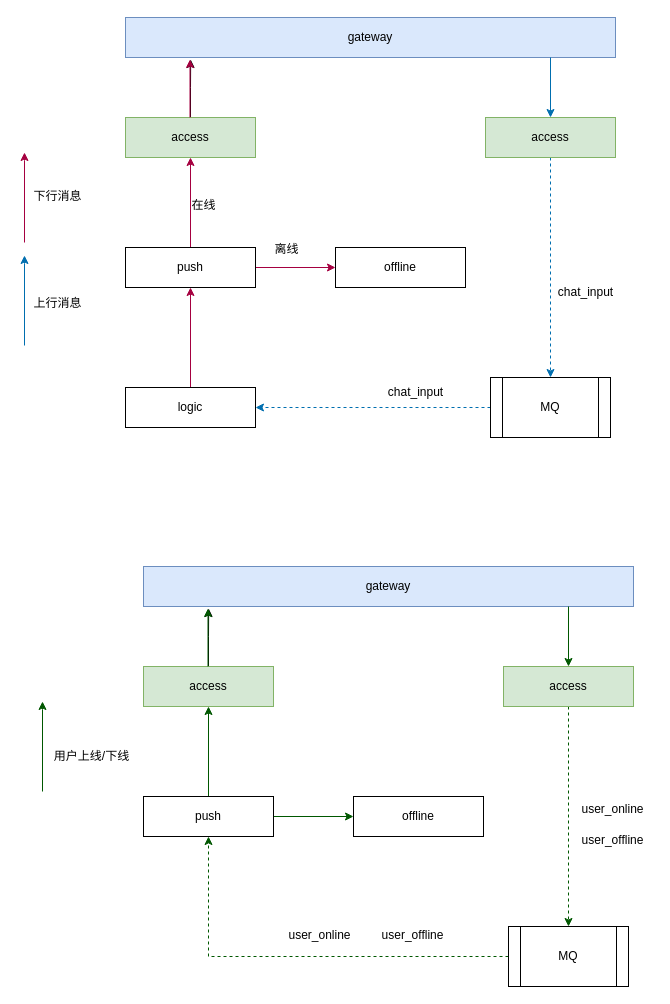
Earlier version of the draw.io diagram page "业务架构图" (1 of 3) of doc/设计图.drawio (xinghe903/chatify). Source tidied: cells renumbered, new cells numbered last; positions are measured from the earlier drawing's top-left corner, leaving out a move shared by most shapes. Both pictures are drawn from the tidied source at 100%, with x=0, y=0 at pixel (24, 17).
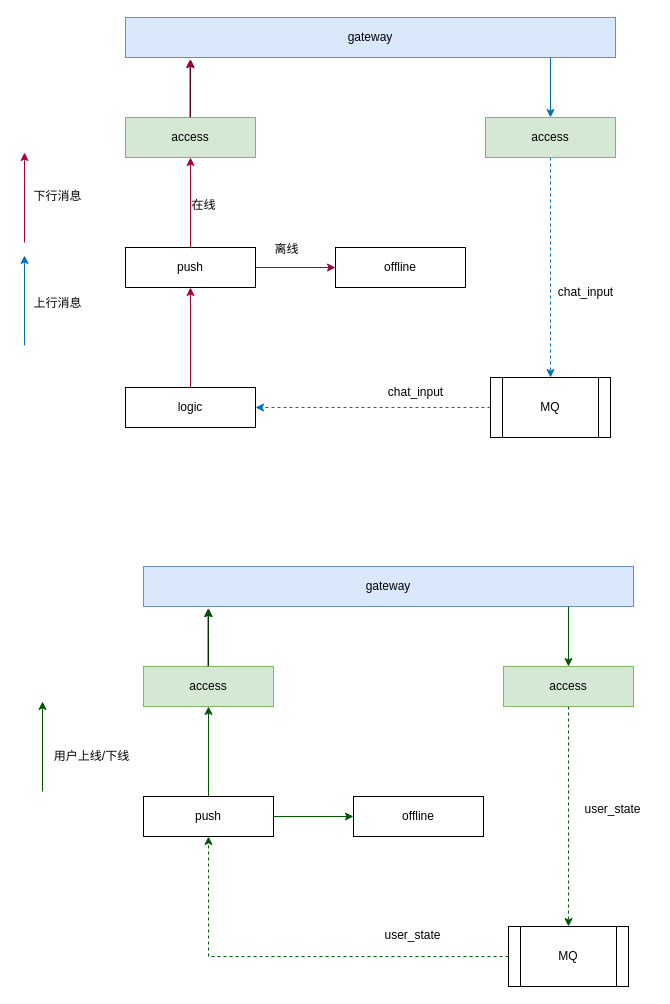
After the change.

Change to the diagram source:
```diff
@@
-    <mxCell id="35" value="user_online" style="text;html=1;align=center;verticalAlign=middle;strokeColor=none;fillColor=none;" parent="1" vertex="1">
-      <mxGeometry x="548" y="779" width="80" height="26" as="geometry" />
+    <mxCell id="35" value="user_state" style="text;html=1;align=center;verticalAlign=middle;strokeColor=none;fillColor=none;" parent="1" vertex="1">
+      <mxGeometry x="551" y="779" width="74" height="26" as="geometry" />
     </mxCell>
@@
-    <mxCell id="41" value="user_online" style="text;html=1;align=center;verticalAlign=middle;strokeColor=none;fillColor=none;" parent="1" vertex="1">
-      <mxGeometry x="255" y="905" width="80" height="26" as="geometry" />
-    </mxCell>
-    <mxCell id="42" value="user_offline" style="text;html=1;align=center;verticalAlign=middle;strokeColor=none;fillColor=none;" parent="1" vertex="1">
-      <mxGeometry x="548" y="810" width="80" height="26" as="geometry" />
-    </mxCell>
-    <mxCell id="43" value="user_offline" style="text;html=1;align=center;verticalAlign=middle;strokeColor=none;fillColor=none;" parent="1" vertex="1">
-      <mxGeometry x="348" y="905" width="80" height="26" as="geometry" />
+    <mxCell id="43" value="user_state" style="text;html=1;align=center;verticalAlign=middle;strokeColor=none;fillColor=none;" parent="1" vertex="1">
+      <mxGeometry x="351" y="905" width="74" height="26" as="geometry" />
     </mxCell>
```
